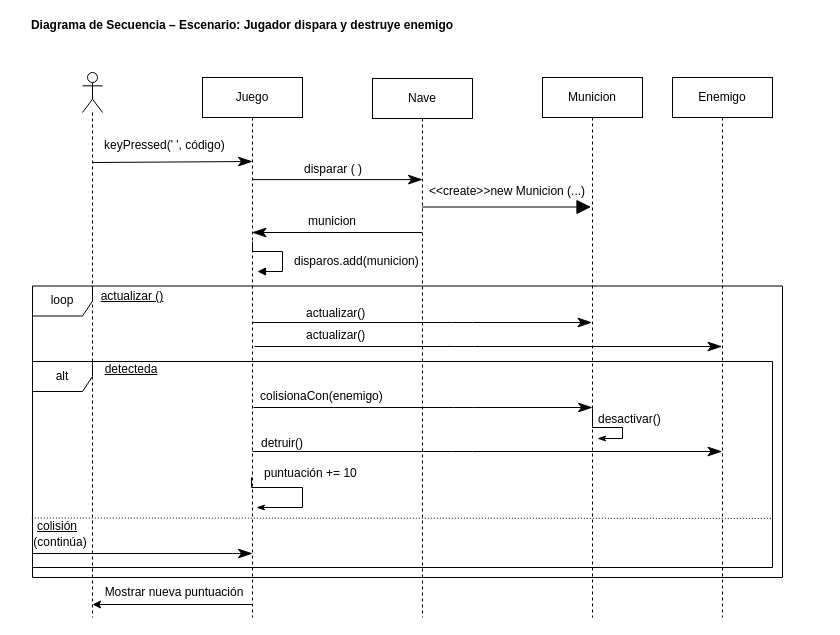
Above: Diagramas/diagrama_secuencias_enemigo.drawio in hcaseres-dotcom/juego1942 (draw.io), before the change. Source tidied: cells renumbered, new cells numbered last; positions are measured from the earlier drawing's top-left corner, leaving out a move shared by most shapes. Both pictures are drawn from the tidied source at 100%, with x=0, y=0 at pixel (17, 17).
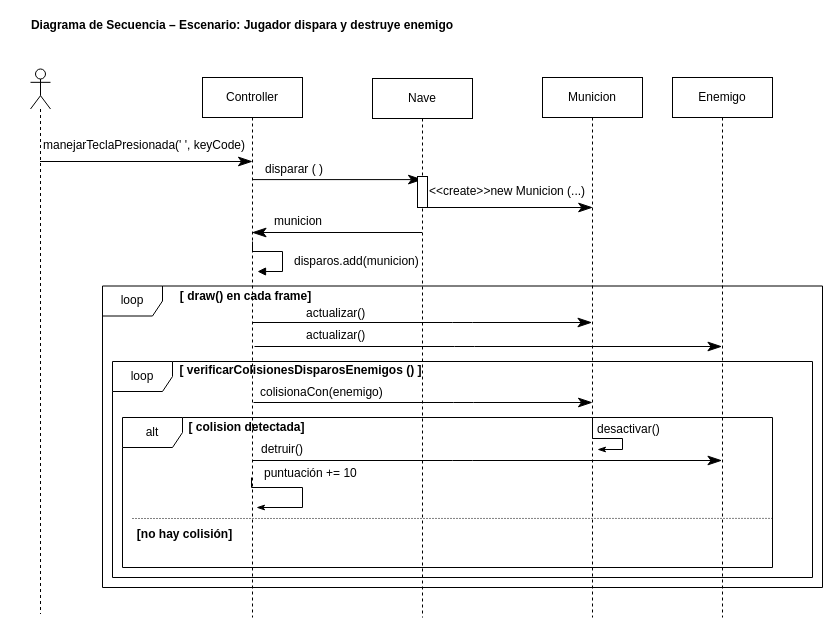
After the change.

Commit message (it also covers changes not shown here):
Agregué el diagrama de colision y modifiqué el de disparos

Unchanged cells that the change refers to:
```xml
<mxCell id="5" value="Nave" style="shape=umlLifeline;perimeter=lifelinePerimeter;whiteSpace=wrap;html=1;outlineConnect=0;portConstraint=eastwest;newEdgeStyle={&quot;curved&quot;:0,&quot;rounded&quot;:0};" parent="1" vertex="1">
  <mxGeometry x="355" y="61" width="100" height="539" as="geometry" />
</mxCell>
```

Change to the diagram source:
```diff
@@
+    <mxCell id="11" style="endArrow=classicThin;endFill=1;endSize=12;html=1;entryX=0.5;entryY=0.367;entryDx=0;entryDy=0;entryPerimeter=0;" parent="1" edge="1">
+      <mxGeometry relative="1" as="geometry">
+        <mxPoint x="234.5" y="162.1" as="sourcePoint" />
+        <mxPoint x="405" y="162.1" as="targetPoint" />
+      </mxGeometry>
+    </mxCell>
@@
     <mxCell id="3" style="shape=umlLifeline;perimeter=lifelinePerimeter;whiteSpace=wrap;html=1;outlineConnect=0;portConstraint=eastwest;newEdgeStyle={&quot;curved&quot;:0,&quot;rounded&quot;:0};participant=umlActor;" parent="1" vertex="1">
-      <mxGeometry x="65" y="55" width="20" height="545" as="geometry" />
+      <mxGeometry x="13" y="51.5" width="20" height="545" as="geometry" />
     </mxCell>
-    <mxCell id="4" value="Juego" style="shape=umlLifeline;perimeter=lifelinePerimeter;whiteSpace=wrap;html=1;outlineConnect=0;portConstraint=eastwest;newEdgeStyle={&quot;curved&quot;:0,&quot;rounded&quot;:0};" parent="1" vertex="1">
+    <mxCell id="4" value="Controller" style="shape=umlLifeline;perimeter=lifelinePerimeter;whiteSpace=wrap;html=1;outlineConnect=0;portConstraint=eastwest;newEdgeStyle={&quot;curved&quot;:0,&quot;rounded&quot;:0};" parent="1" vertex="1">
       <mxGeometry x="185" y="60" width="100" height="540" as="geometry" />
     </mxCell>
@@
+    <mxCell id="41" style="html=1;perimeter=orthogonalPerimeter;targetShapes=umlLifeline;newEdgeStyle={&quot;curved&quot;:0,&quot;rounded&quot;:0};" parent="5" vertex="1">
+      <mxGeometry x="45" y="98" width="10" height="31" as="geometry" />
+    </mxCell>
@@
-    <mxCell id="8" style="endArrow=open;endFill=1;endSize=12;html=1;" parent="1" edge="1" source="10" target="4">
-      <mxGeometry relative="1" as="geometry" />
-    </mxCell>
-    <mxCell id="9" style="endArrow=classicThin;endFill=1;endSize=12;html=1;entryX=1;entryY=0.75;entryDx=0;entryDy=0;" parent="1" edge="1" target="10">
-      <mxGeometry relative="1" as="geometry">
-        <mxPoint x="75" y="145" as="sourcePoint" />
-      </mxGeometry>
+    <mxCell id="9" style="endArrow=classicThin;endFill=1;endSize=12;html=1;entryX=1;entryY=0.75;entryDx=0;entryDy=0;" parent="1" edge="1" source="3" target="10">
+      <mxGeometry relative="1" as="geometry" />
     </mxCell>
-    <mxCell id="10" value="keyPressed(' ', código)" style="text;whiteSpace=wrap;" parent="1" vertex="1">
-      <mxGeometry x="85" y="114" width="150" height="40" as="geometry" />
+    <mxCell id="10" value="manejarTeclaPresionada(' ', keyCode)" style="text;whiteSpace=wrap;" parent="1" vertex="1">
+      <mxGeometry x="24" y="114" width="211" height="40" as="geometry" />
     </mxCell>
-    <mxCell id="11" style="endArrow=classicThin;endFill=1;endSize=12;html=1;entryX=0.5;entryY=0.367;entryDx=0;entryDy=0;entryPerimeter=0;" parent="1" edge="1">
-      <mxGeometry relative="1" as="geometry">
-        <mxPoint x="234.5" y="162.1" as="sourcePoint" />
-        <mxPoint x="405" y="162.1" as="targetPoint" />
-      </mxGeometry>
-    </mxCell>
     <mxCell id="12" value="disparar ( )" style="text;whiteSpace=wrap;" parent="1" vertex="1">
-      <mxGeometry x="285" y="138" width="110" height="40" as="geometry" />
+      <mxGeometry x="246" y="138" width="110" height="40" as="geometry" />
     </mxCell>
@@
     <mxCell id="18" value="&lt;span style=&quot;color: rgb(0, 0, 0);&quot;&gt;colisionaCon(enemigo)&lt;/span&gt;" style="text;whiteSpace=wrap;html=1;" parent="1" vertex="1">
-      <mxGeometry x="241" y="365" width="160" height="40" as="geometry" />
+      <mxGeometry x="241" y="361" width="160" height="40" as="geometry" />
     </mxCell>
-    <mxCell id="19" style="endArrow=block;endFill=1;endSize=12;html=1;" parent="1" edge="1" source="5">
-      <mxGeometry relative="1" as="geometry">
-        <mxPoint x="573.5" y="189.5" as="targetPoint" />
-      </mxGeometry>
-    </mxCell>
@@
     <mxCell id="21" value="loop" style="shape=umlFrame;whiteSpace=wrap;html=1;" parent="1" vertex="1">
-      <mxGeometry x="15" y="268.5" width="750" height="291.5" as="geometry" />
+      <mxGeometry x="85" y="268.5" width="720" height="301.5" as="geometry" />
     </mxCell>
@@
     <mxCell id="23" value="municion" style="text;whiteSpace=wrap;" parent="1" vertex="1">
-      <mxGeometry x="289" y="190" width="110" height="40" as="geometry" />
+      <mxGeometry x="255" y="190" width="110" height="40" as="geometry" />
     </mxCell>
@@
-    <mxCell id="25" value="actualizar ()" style="text;html=1;align=center;verticalAlign=middle;whiteSpace=wrap;rounded=0;fontStyle=4;" parent="1" vertex="1">
-      <mxGeometry x="75" y="264" width="80" height="30" as="geometry" />
-    </mxCell>
     <mxCell id="26" value="alt" style="shape=umlFrame;whiteSpace=wrap;html=1;" parent="1" vertex="1">
-      <mxGeometry x="15" y="344" width="740" height="206" as="geometry" />
+      <mxGeometry x="105" y="400" width="650" height="150" as="geometry" />
     </mxCell>
     <mxCell id="27" style="endArrow=classicThin;endFill=1;endSize=12;html=1;fontStyle=1;" parent="1" edge="1">
       <mxGeometry relative="1" as="geometry">
-        <mxPoint x="236" y="390" as="sourcePoint" />
-        <mxPoint x="575" y="390" as="targetPoint" />
+        <mxPoint x="236" y="385" as="sourcePoint" />
+        <mxPoint x="575" y="385" as="targetPoint" />
         <Array as="points">
-          <mxPoint x="446" y="390" />
+          <mxPoint x="446" y="385" />
         </Array>
       </mxGeometry>
     </mxCell>
     <mxCell id="28" style="html=1;align=left;spacingLeft=2;endArrow=classicThin;rounded=0;edgeStyle=orthogonalEdgeStyle;curved=0;rounded=0;endFill=1;" parent="1" edge="1">
       <mxGeometry relative="1" as="geometry">
-        <mxPoint x="575" y="391" as="sourcePoint" />
-        <mxPoint x="580" y="421" as="targetPoint" />
+        <mxPoint x="575" y="402" as="sourcePoint" />
+        <mxPoint x="580" y="432" as="targetPoint" />
         <Array as="points">
-          <mxPoint x="575" y="410" />
-          <mxPoint x="605" y="410" />
+          <mxPoint x="575" y="421" />
           <mxPoint x="605" y="421" />
+          <mxPoint x="605" y="432" />
         </Array>
       </mxGeometry>
     </mxCell>
     <mxCell id="29" value="desactivar()" style="text;whiteSpace=wrap;html=1;" parent="1" vertex="1">
-      <mxGeometry x="579" y="388" width="90" height="40" as="geometry" />
+      <mxGeometry x="578" y="398" width="90" height="40" as="geometry" />
     </mxCell>
     <mxCell id="30" style="endArrow=classicThin;endFill=1;endSize=12;html=1;" parent="1" edge="1">
       <mxGeometry relative="1" as="geometry">
-        <mxPoint x="235" y="434" as="sourcePoint" />
-        <mxPoint x="704.5" y="434" as="targetPoint" />
+        <mxPoint x="235" y="443" as="sourcePoint" />
+        <mxPoint x="704.5" y="443" as="targetPoint" />
         <Array as="points">
-          <mxPoint x="445" y="434" />
+          <mxPoint x="445" y="443" />
         </Array>
       </mxGeometry>
     </mxCell>
     <mxCell id="31" value="detruir()" style="text;whiteSpace=wrap;html=1;" parent="1" vertex="1">
-      <mxGeometry x="242" y="412" width="90" height="40" as="geometry" />
+      <mxGeometry x="242" y="418" width="90" height="40" as="geometry" />
     </mxCell>
@@
-    <mxCell id="34" style="endArrow=none;dashed=1;html=1;entryX=1;entryY=0.951;entryDx=0;entryDy=0;entryPerimeter=0;dashPattern=1 2;exitX=-0.001;exitY=0.784;exitDx=0;exitDy=0;exitPerimeter=0;strokeWidth=1;" parent="1" edge="1">
+    <mxCell id="34" style="endArrow=none;dashed=1;html=1;entryX=1;entryY=0.951;entryDx=0;entryDy=0;entryPerimeter=0;dashPattern=1 2;strokeWidth=1;" parent="1" edge="1">
       <mxGeometry relative="1" as="geometry">
-        <mxPoint x="14.3" y="500.5" as="sourcePoint" />
+        <mxPoint x="115" y="501" as="sourcePoint" />
         <mxPoint x="755" y="500.9" as="targetPoint" />
       </mxGeometry>
     </mxCell>
-    <mxCell id="35" value="detecteda" style="text;html=1;align=center;verticalAlign=middle;whiteSpace=wrap;rounded=0;fontStyle=4;" parent="1" vertex="1">
-      <mxGeometry x="74" y="337" width="80" height="30" as="geometry" />
-    </mxCell>
-    <mxCell id="36" value="colisión" style="text;html=1;align=center;verticalAlign=middle;whiteSpace=wrap;rounded=0;fontStyle=4;" parent="1" vertex="1">
-      <mxGeometry y="494" width="80" height="30" as="geometry" />
-    </mxCell>
-    <mxCell id="37" style="endArrow=classicThin;endFill=1;endSize=12;html=1;" parent="1" edge="1">
-      <mxGeometry relative="1" as="geometry">
-        <mxPoint x="15" y="536" as="sourcePoint" />
-        <mxPoint x="235" y="536" as="targetPoint" />
-        <Array as="points">
-          <mxPoint x="225" y="536" />
-        </Array>
-      </mxGeometry>
-    </mxCell>
-    <mxCell id="38" value="(continúa)" style="text;html=1;align=center;verticalAlign=middle;whiteSpace=wrap;rounded=0;" parent="1" vertex="1">
-      <mxGeometry x="13" y="510" width="60" height="30" as="geometry" />
-    </mxCell>
-    <mxCell id="39" style="endArrow=classic;html=1;" parent="1" edge="1">
-      <mxGeometry relative="1" as="geometry">
-        <mxPoint x="234.5" y="587" as="sourcePoint" />
-        <mxPoint x="75" y="587" as="targetPoint" />
-      </mxGeometry>
-    </mxCell>
-    <mxCell id="40" value="Mostrar nueva puntuación" style="text;html=1;align=center;verticalAlign=middle;whiteSpace=wrap;rounded=0;" parent="1" vertex="1">
-      <mxGeometry x="72" y="560" width="170" height="30" as="geometry" />
-    </mxCell>
+    <mxCell id="42" style="endArrow=classicThin;endFill=1;endSize=12;html=1;entryX=0.5;entryY=0.367;entryDx=0;entryDy=0;entryPerimeter=0;" parent="1" edge="1">
+      <mxGeometry relative="1" as="geometry">
+        <mxPoint x="404.8" y="190" as="sourcePoint" />
+        <mxPoint x="575.2" y="190" as="targetPoint" />
+      </mxGeometry>
+    </mxCell>
+    <mxCell id="43" value="loop" style="shape=umlFrame;whiteSpace=wrap;html=1;" parent="1" vertex="1">
+      <mxGeometry x="95" y="344" width="700" height="216" as="geometry" />
+    </mxCell>
+    <mxCell id="44" value="&lt;b&gt;[ verificarColisionesDisparosEnemigos () ]&lt;/b&gt;" style="text;html=1;align=center;verticalAlign=middle;strokeColor=none;fillColor=none;" parent="1" vertex="1">
+      <mxGeometry x="148" y="338" width="270" height="30" as="geometry" />
+    </mxCell>
+    <mxCell id="45" value="&lt;b&gt;[ colision detectada]&lt;/b&gt;" style="text;html=1;align=center;verticalAlign=middle;strokeColor=none;fillColor=none;" parent="1" vertex="1">
+      <mxGeometry x="159" y="395" width="140" height="30" as="geometry" />
+    </mxCell>
+    <mxCell id="46" value="&lt;b&gt;[no hay colisión]&lt;/b&gt;" style="text;html=1;align=center;verticalAlign=middle;strokeColor=none;fillColor=none;" parent="1" vertex="1">
+      <mxGeometry x="107" y="502" width="120" height="30" as="geometry" />
+    </mxCell>
+    <mxCell id="47" value="&lt;b&gt;[ draw() en cada frame]&lt;/b&gt;" style="text;html=1;align=center;verticalAlign=middle;strokeColor=none;fillColor=none;" parent="1" vertex="1">
+      <mxGeometry x="153" y="263.5" width="150" height="30" as="geometry" />
+    </mxCell>
```
